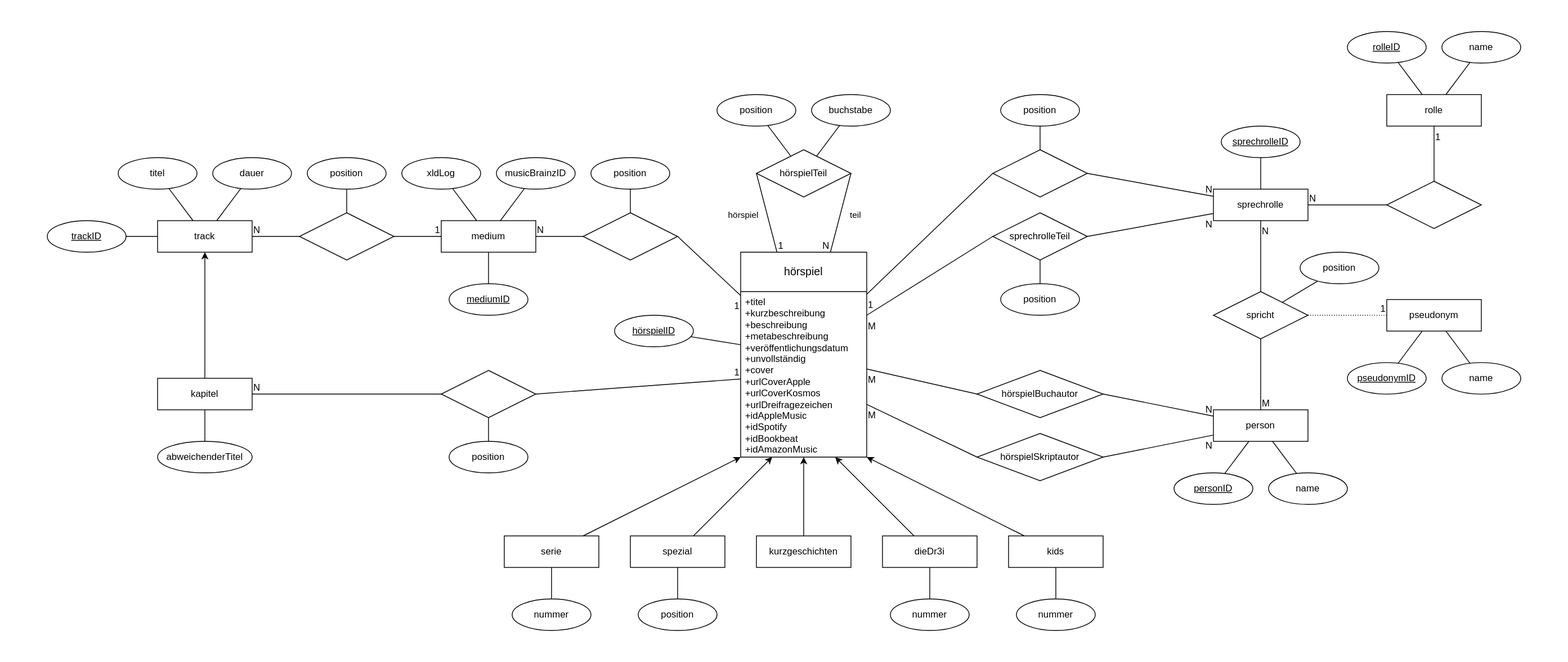
This is model/relationalModel.svg from YourMJK/dreimetadaten, a draw.io export, as it was before one commit. Source tidied: cells renumbered, new cells last; positions are measured from the earlier drawing's top-left corner, leaving out a move shared by most shapes.
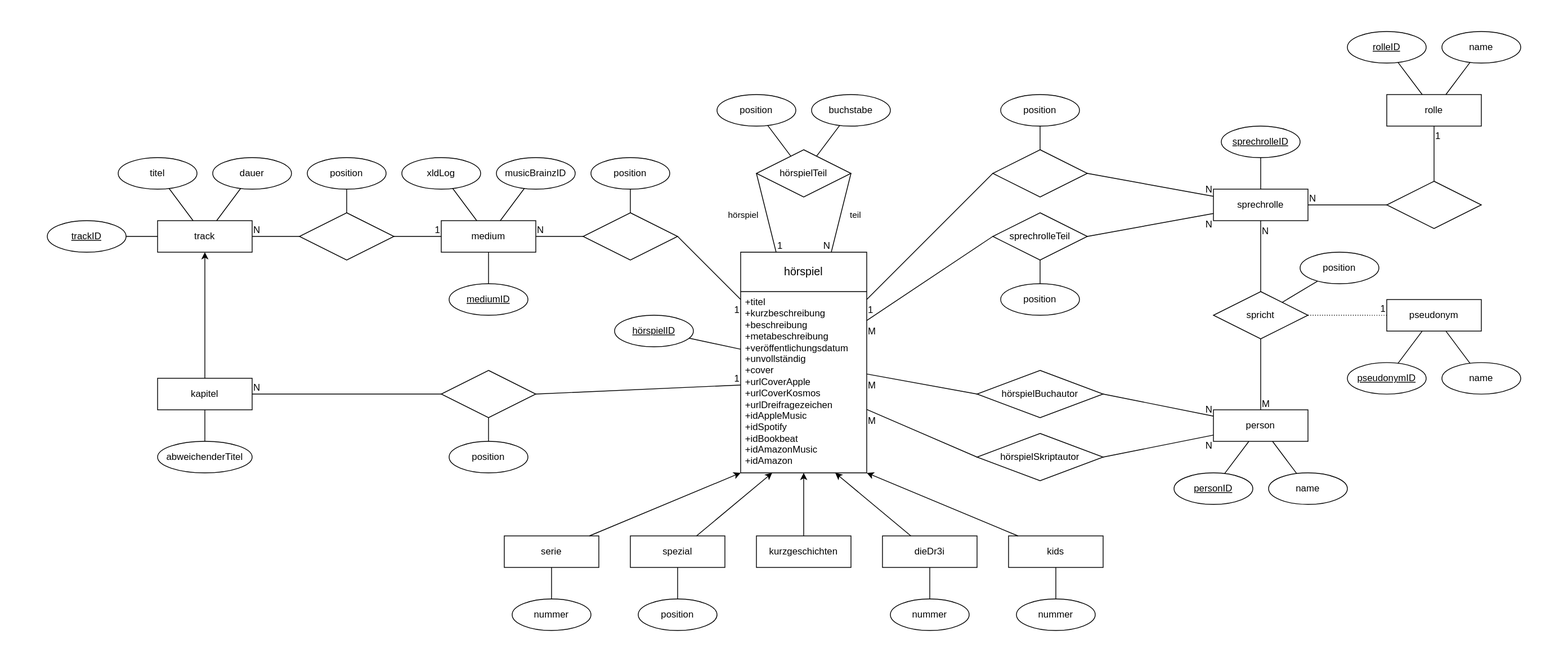
The same diagram one commit later.

What changed in the source:
```diff
@@ -6,10 +6,10 @@
       <mxGeometry x="720" y="360" width="100" height="40" as="geometry" />
     </mxCell>
     <mxCell id="3" value="hörspiel" style="swimlane;horizontal=1;startSize=50;rounded=1;fontSize=14;fontStyle=0;strokeWidth=1;shadow=0;dashed=0;align=center;arcSize=0;whiteSpace=wrap;html=1;" parent="1" vertex="1">
-      <mxGeometry x="880" y="280" width="160" height="260" as="geometry" />
+      <mxGeometry x="880" y="280" width="160" height="280" as="geometry" />
     </mxCell>
-    <mxCell id="4" value="&lt;div&gt;+titel&lt;br&gt;&lt;/div&gt;&lt;div&gt;+kurzbeschreibung&lt;/div&gt;&lt;div&gt;+beschreibung&lt;/div&gt;&lt;div&gt;+metabeschreibung&lt;/div&gt;&lt;div&gt;+veröffentlichungsdatum&lt;/div&gt;&lt;div&gt;+unvollständig&lt;/div&gt;&lt;div&gt;+cover&lt;/div&gt;&lt;div&gt;+urlCoverApple&lt;/div&gt;&lt;div&gt;+urlCoverKosmos&lt;/div&gt;&lt;div&gt;+urlDreifragezeichen&lt;/div&gt;&lt;div&gt;+idAppleMusic&lt;/div&gt;&lt;div&gt;+idSpotify&lt;/div&gt;&lt;div&gt;+idBookbeat&lt;/div&gt;&lt;div&gt;+idAmazonMusic&lt;br&gt;&lt;/div&gt;" style="align=left;strokeColor=none;fillColor=none;spacingLeft=4;fontSize=12;verticalAlign=top;html=1;" parent="3" vertex="1">
-      <mxGeometry y="50" width="160" height="210" as="geometry" />
+    <mxCell id="4" value="&lt;div&gt;+titel&lt;br&gt;&lt;/div&gt;&lt;div&gt;+kurzbeschreibung&lt;/div&gt;&lt;div&gt;+beschreibung&lt;/div&gt;&lt;div&gt;+metabeschreibung&lt;/div&gt;&lt;div&gt;+veröffentlichungsdatum&lt;/div&gt;&lt;div&gt;+unvollständig&lt;/div&gt;&lt;div&gt;+cover&lt;/div&gt;&lt;div&gt;+urlCoverApple&lt;/div&gt;&lt;div&gt;+urlCoverKosmos&lt;/div&gt;&lt;div&gt;+urlDreifragezeichen&lt;/div&gt;&lt;div&gt;+idAppleMusic&lt;/div&gt;&lt;div&gt;+idSpotify&lt;/div&gt;&lt;div&gt;+idBookbeat&lt;/div&gt;&lt;div&gt;+idAmazonMusic&lt;br&gt;&lt;/div&gt;&lt;div&gt;+idAmazon&lt;br&gt;&lt;/div&gt;" style="align=left;strokeColor=none;fillColor=none;spacingLeft=4;fontSize=12;verticalAlign=top;html=1;" parent="3" vertex="1">
+      <mxGeometry y="50" width="160" height="230" as="geometry" />
     </mxCell>
     <mxCell id="5" style="edgeStyle=orthogonalEdgeStyle;rounded=0;orthogonalLoop=1;jettySize=auto;html=1;exitX=0.5;exitY=1;exitDx=0;exitDy=0;" parent="3" edge="1" source="4" target="4">
       <mxGeometry relative="1" as="geometry" />
```
